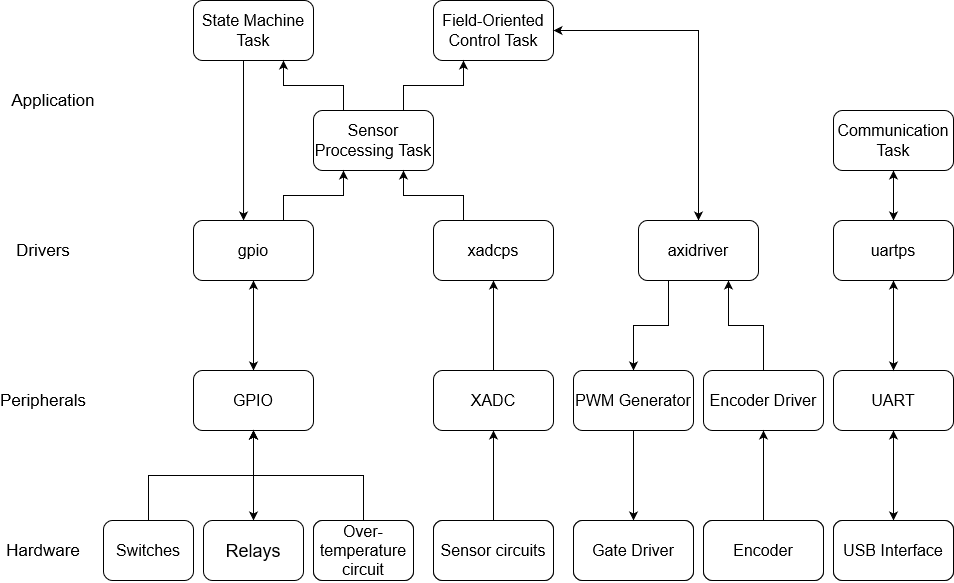
Before: Overview/SoftwareArchitecture.png, a diagram exported from draw.io (SR-Madsen/ElectricGoKart). Source tidied: cells renumbered, new cells last; positions are measured from the earlier drawing's top-left corner, leaving out a move shared by most shapes.
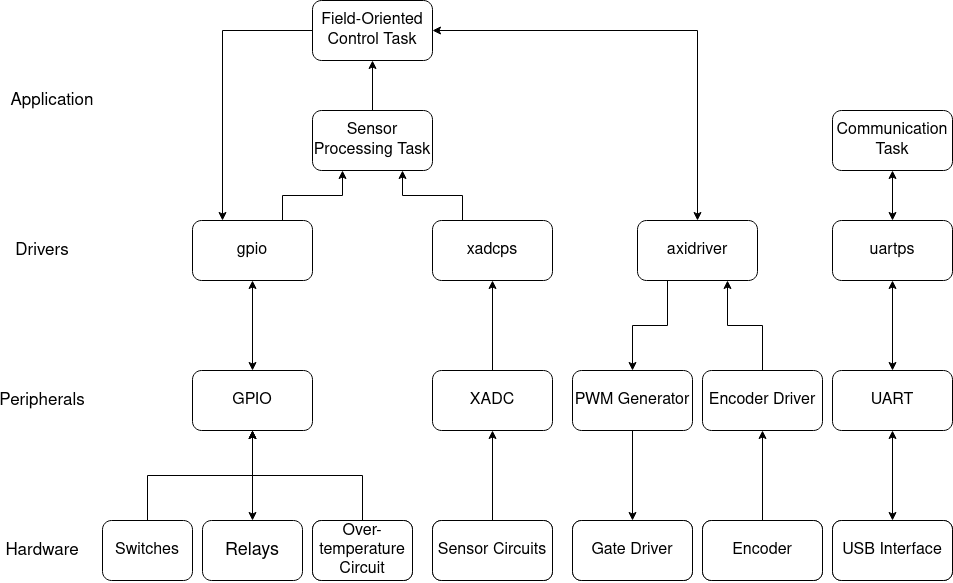
Above is the later version.

The edit, as a diff of the source:
```diff
@@ -46,12 +46,6 @@
         <mxPoint x="870" y="220" as="targetPoint" />
       </mxGeometry>
     </mxCell>
-    <mxCell id="13" style="edgeStyle=orthogonalEdgeStyle;rounded=0;orthogonalLoop=1;jettySize=auto;html=1;exitX=0.25;exitY=1;exitDx=0;exitDy=0;entryX=0.417;entryY=0;entryDx=0;entryDy=0;entryPerimeter=0;" parent="1" edge="1">
-      <mxGeometry relative="1" as="geometry">
-        <mxPoint x="220" y="60" as="sourcePoint" />
-        <mxPoint x="220" y="220" as="targetPoint" />
-      </mxGeometry>
-    </mxCell>
     <mxCell id="14" style="edgeStyle=orthogonalEdgeStyle;rounded=0;orthogonalLoop=1;jettySize=auto;html=1;exitX=0.5;exitY=1;exitDx=0;exitDy=0;entryX=0.5;entryY=0;entryDx=0;entryDy=0;startArrow=none;startFill=0;" parent="1" edge="1">
       <mxGeometry relative="1" as="geometry">
         <mxPoint x="610" y="430" as="sourcePoint" />
@@ -84,16 +78,13 @@
         <mxPoint x="470" y="430" as="targetPoint" />
       </mxGeometry>
     </mxCell>
-    <mxCell id="21" value="State Machine Task" style="whiteSpace=wrap;html=1;fontSize=16;fontStyle=0;rounded=1;" parent="1" vertex="1">
-      <mxGeometry x="170" width="120" height="60" as="geometry" />
-    </mxCell>
+    <mxCell id="50" style="edgeStyle=orthogonalEdgeStyle;rounded=0;jettySize=auto;html=1;exitX=0;exitY=0.5;exitDx=0;exitDy=0;entryX=0.25;entryY=0;entryDx=0;entryDy=0;" parent="1" edge="1" source="22" target="34">
+      <mxGeometry relative="1" as="geometry" />
+    </mxCell>
     <mxCell id="22" value="Field-Oriented Control Task" style="whiteSpace=wrap;html=1;fontSize=16;fontStyle=0;rounded=1;" parent="1" vertex="1">
-      <mxGeometry x="410" width="120" height="60" as="geometry" />
+      <mxGeometry x="290" width="120" height="60" as="geometry" />
     </mxCell>
-    <mxCell id="23" style="edgeStyle=orthogonalEdgeStyle;rounded=0;jettySize=auto;html=1;exitX=0.25;exitY=0;exitDx=0;exitDy=0;entryX=0.75;entryY=1;entryDx=0;entryDy=0;" parent="1" edge="1" source="25" target="21">
-      <mxGeometry relative="1" as="geometry" />
-    </mxCell>
-    <mxCell id="24" style="edgeStyle=orthogonalEdgeStyle;rounded=0;jettySize=auto;html=1;exitX=0.75;exitY=0;exitDx=0;exitDy=0;entryX=0.25;entryY=1;entryDx=0;entryDy=0;" parent="1" edge="1" source="25" target="22">
+    <mxCell id="24" style="edgeStyle=orthogonalEdgeStyle;rounded=0;jettySize=auto;html=1;exitX=0.5;exitY=0;exitDx=0;exitDy=0;entryX=0.5;entryY=1;entryDx=0;entryDy=0;" parent="1" edge="1" source="25" target="22">
       <mxGeometry relative="1" as="geometry" />
     </mxCell>
     <mxCell id="25" value="Sensor Processing Task" style="whiteSpace=wrap;html=1;fontSize=16;fontStyle=0;rounded=1;" parent="1" vertex="1">
@@ -165,10 +156,10 @@
     <mxCell id="47" value="Gate Driver" style="whiteSpace=wrap;html=1;fontSize=16;rounded=1;" parent="1" vertex="1">
       <mxGeometry x="550" y="520" width="120" height="60" as="geometry" />
     </mxCell>
-    <mxCell id="48" value="Sensor circuits" style="whiteSpace=wrap;html=1;fontSize=16;rounded=1;" parent="1" vertex="1">
+    <mxCell id="48" value="Sensor Circuits" style="whiteSpace=wrap;html=1;fontSize=16;rounded=1;" parent="1" vertex="1">
       <mxGeometry x="410" y="520" width="120" height="60" as="geometry" />
     </mxCell>
-    <mxCell id="49" value="Over-temperature circuit" style="whiteSpace=wrap;html=1;fontSize=16;rounded=1;" parent="1" vertex="1">
+    <mxCell id="49" value="Over-temperature Circuit" style="whiteSpace=wrap;html=1;fontSize=16;rounded=1;" parent="1" vertex="1">
       <mxGeometry x="290" y="520" width="100" height="60" as="geometry" />
     </mxCell>
   </root>
```
